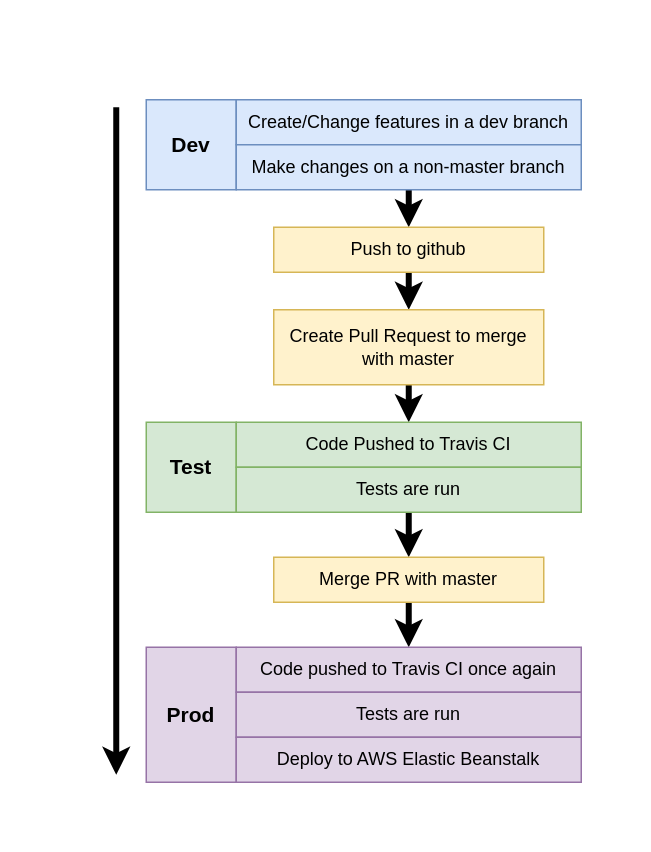
Earlier version of the draw.io diagram Prod workflow with Travis CI and AWS.drawio (jalexanderbryant/docker-kubernetes). Source tidied: cells renumbered, new cells numbered last; positions are measured from the earlier drawing's top-left corner, leaving out a move shared by most shapes. Both pictures are drawn from the tidied source at 150%, with x=0, y=0 at pixel (116, 99).
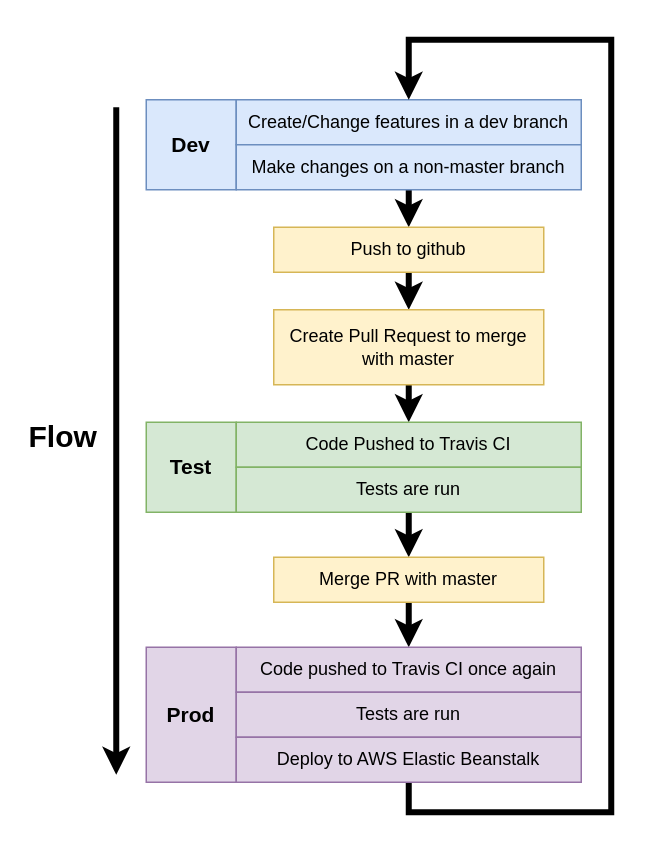
Above is the later version.

Unchanged cells that the change refers to:
```xml
<mxCell id="4" value="Create/Change features in a dev branch" style="rounded=0;whiteSpace=wrap;html=1;fillColor=#dae8fc;strokeColor=#6c8ebf;" parent="1" vertex="1">
  <mxGeometry x="80" width="230" height="30" as="geometry" />
</mxCell>
<mxCell id="20" value="Deploy to AWS Elastic Beanstalk" style="rounded=0;whiteSpace=wrap;html=1;fillColor=#e1d5e7;strokeColor=#9673a6;" parent="1" vertex="1">
  <mxGeometry x="80" y="425" width="230" height="30" as="geometry" />
</mxCell>
```

What changed in the source:
```diff
@@
+    <mxCell id="21" style="edgeStyle=orthogonalEdgeStyle;rounded=0;jettySize=auto;html=1;exitX=0.5;exitY=1;exitDx=0;exitDy=0;strokeWidth=4;entryX=0.5;entryY=0;entryDx=0;entryDy=0;" parent="1" edge="1" source="20" target="4">
+      <mxGeometry relative="1" as="geometry">
+        <Array as="points">
+          <mxPoint x="195" y="475" />
+          <mxPoint x="330" y="475" />
+          <mxPoint x="330" y="-40" />
+          <mxPoint x="195" y="-40" />
+        </Array>
+      </mxGeometry>
+    </mxCell>
@@
+    <mxCell id="22" value="&lt;font style=&quot;font-size: 20px&quot;&gt;&lt;b&gt;Flow&lt;/b&gt;&lt;/font&gt;" style="text;html=1;align=left;verticalAlign=top;spacingTop=-4;" parent="1" vertex="1">
+      <mxGeometry x="-60" y="210" width="60" height="20" as="geometry" />
+    </mxCell>
```
